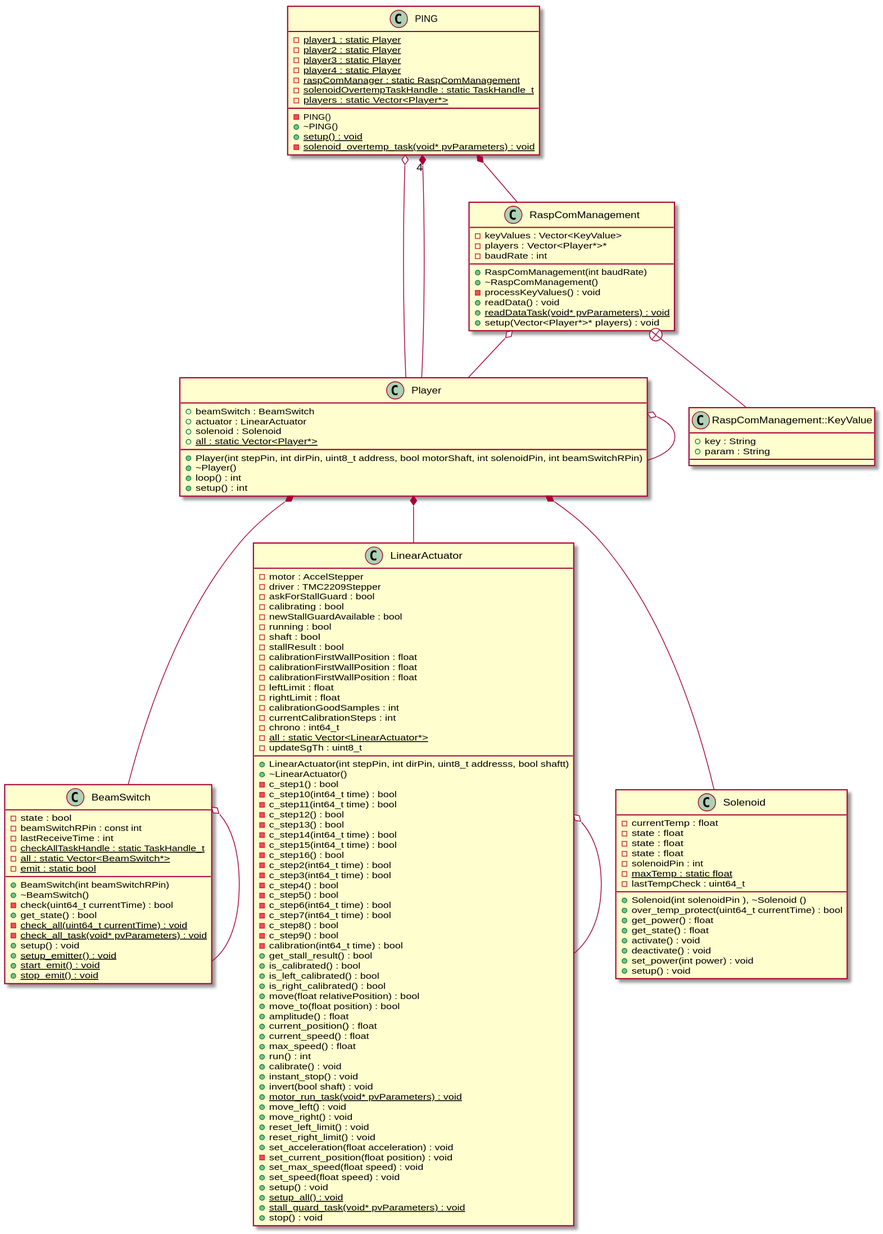
The PlantUML diagram docs/esp32.svg in 2PING2/PING2, before a commit.
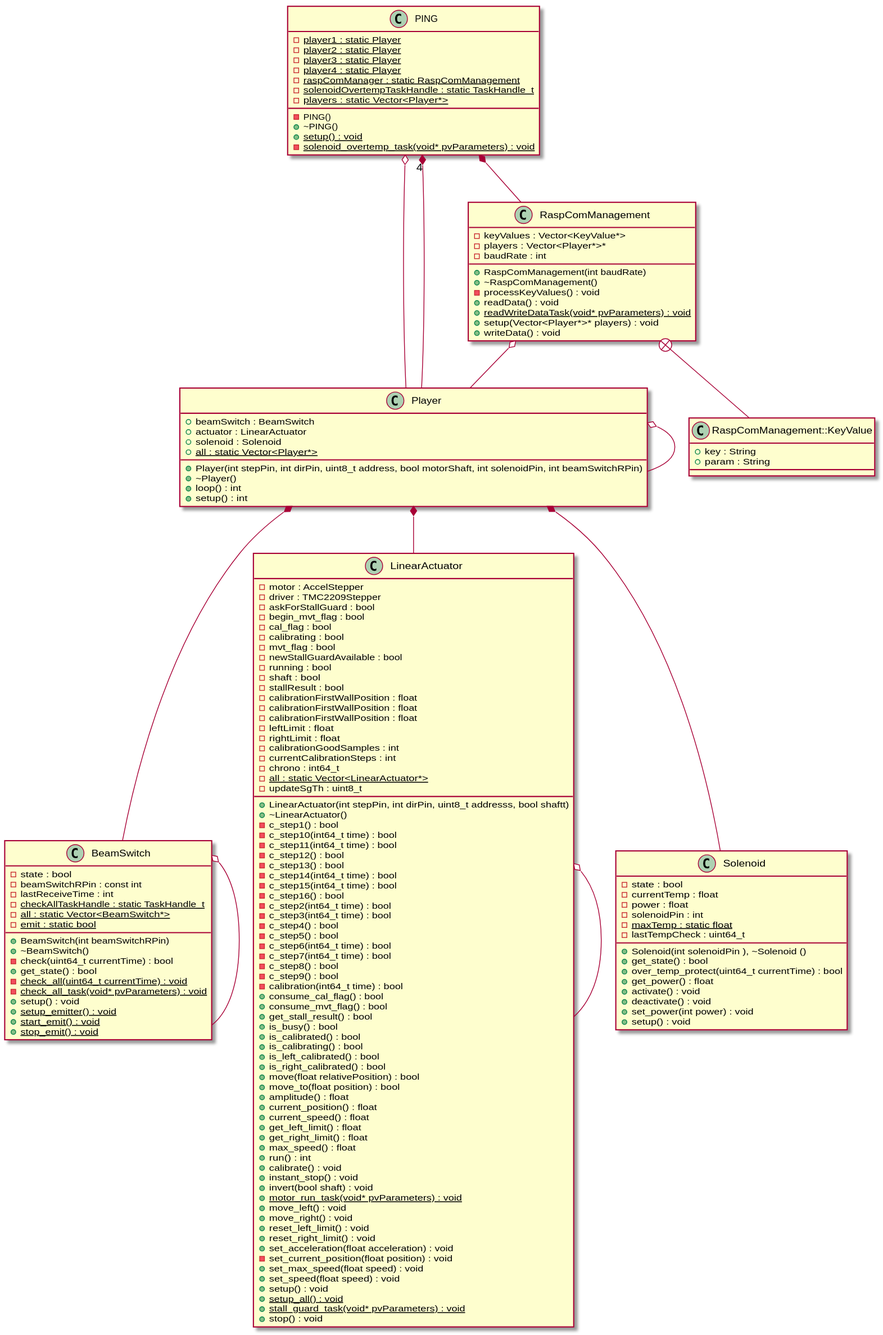
After the commit.

Commit message:
Updated UML diagram

Change to the diagram source:
```diff
@@ -31,6 +31,7 @@
 	-motor : AccelStepper
 	-driver : TMC2209Stepper
 	-askForStallGuard : bool
+	-begin_mvt_flag : bool
 	-c_step1() : bool
 	-c_step10(int64_t time) : bool
 	-c_step11(int64_t time) : bool
@@ -47,14 +48,20 @@
 	-c_step7(int64_t time) : bool
 	-c_step8() : bool
 	-c_step9() : bool
+	-cal_flag : bool
 	-calibrating : bool
 	-calibration(int64_t time) : bool
+	+consume_cal_flag() : bool
+	+consume_mvt_flag() : bool
 	+get_stall_result() : bool
+	+is_busy() : bool
 	+is_calibrated() : bool
+	+is_calibrating() : bool
 	+is_left_calibrated() : bool
 	+is_right_calibrated() : bool
 	+move(float relativePosition) : bool
 	+move_to(float position) : bool
+	-mvt_flag : bool
 	-newStallGuardAvailable : bool
 	-running : bool
 	-shaft : bool
@@ -65,6 +72,8 @@
 	-calibrationFirstWallPosition : float
 	+current_position() : float
 	+current_speed() : float
+	+get_left_limit() : float
+	+get_right_limit() : float
 	-leftLimit : float
 	+max_speed() : float
 	-rightLimit : float
@@ -123,25 +132,25 @@
 class RaspComManagement {
 	+RaspComManagement(int baudRate)
 	+~RaspComManagement()
-	-keyValues : Vector<KeyValue>
+	-keyValues : Vector<KeyValue*>
 	-players : Vector<Player*>*
 	-baudRate : int
 	-processKeyValues() : void
 	+readData() : void
-	+{static} readDataTask(void* pvParameters) : void
+	+{static} readWriteDataTask(void* pvParameters) : void
 	+setup(Vector<Player*>* players) : void
+	+writeData() : void
 }
 
 
 class Solenoid {
 	+Solenoid(int solenoidPin ), ~Solenoid ()
+	+get_state() : bool
 	+over_temp_protect(uint64_t currentTime) : bool
+	-state : bool
 	-currentTemp : float
 	+get_power() : float
-	+get_state() : float
-	-state : float
-	-state : float
-	-state : float
+	-power : float
 	-solenoidPin : int
 	-{static} maxTemp : static float
 	-lastTempCheck : uint64_t
```
